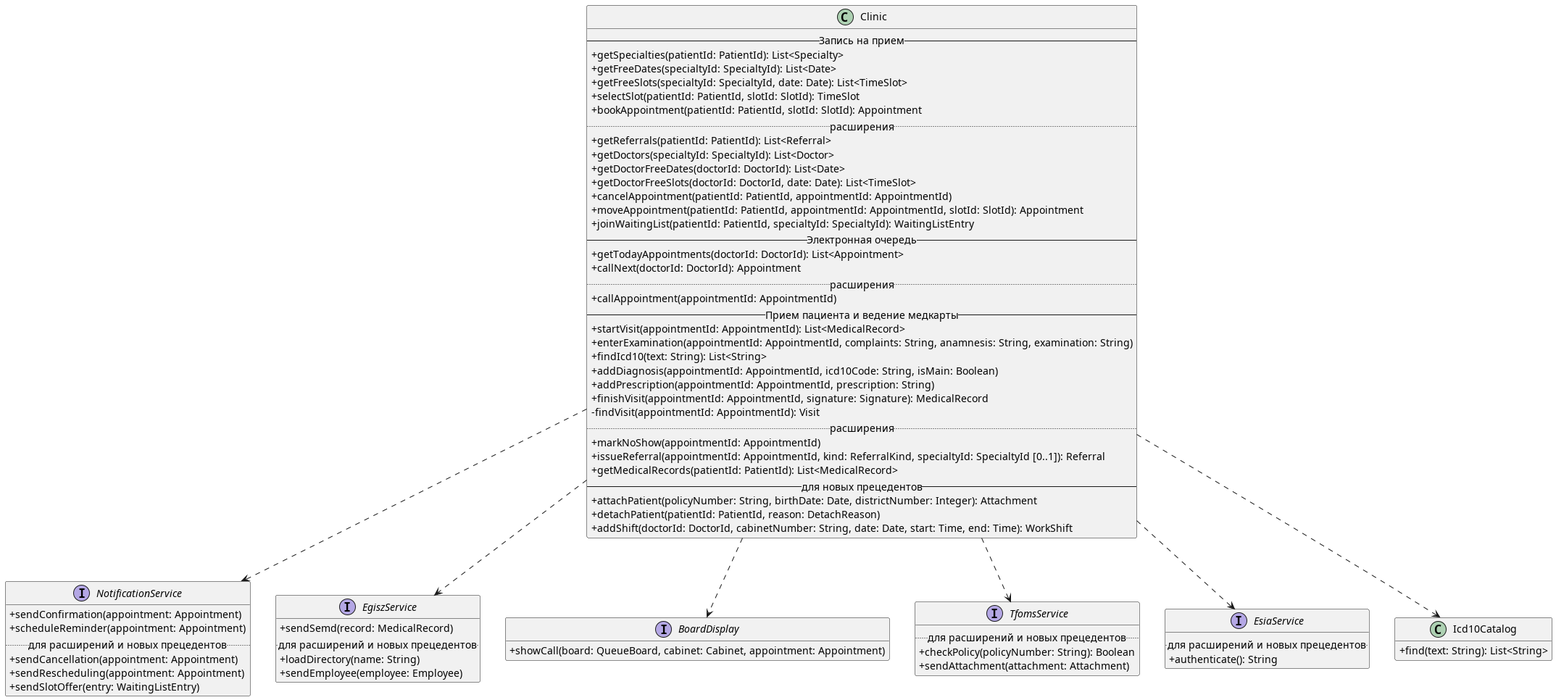
Before: img/classes-services.png, a diagram exported from PlantUML (penamarth/bsbo-11-24_team3_var3_clinic).
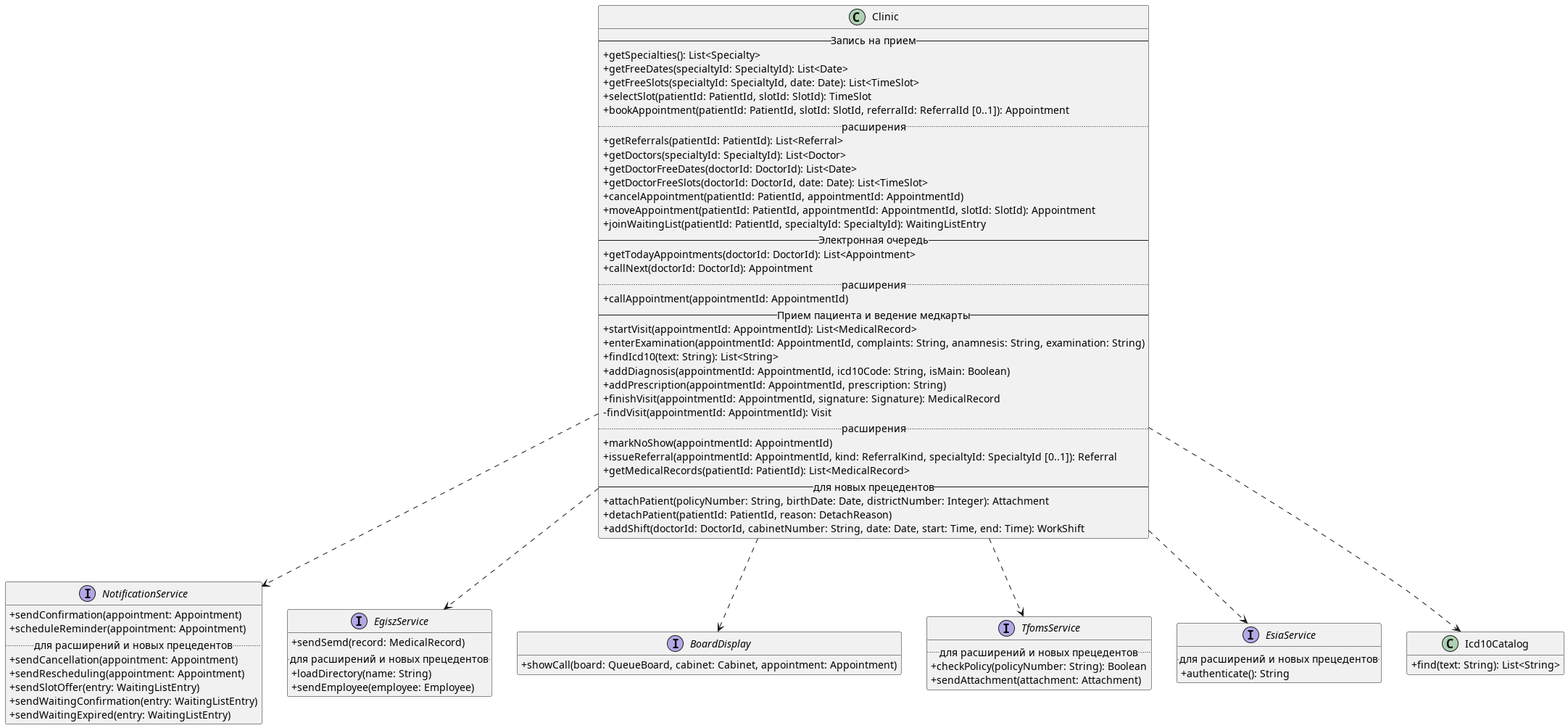
Above is the later version.

Commit message:
fix: направление в bookAppointment, getSpec без парам.

Diff of the diagram source:
```diff
@@ -4,11 +4,11 @@
 
 class Clinic {
   -- Запись на прием --
-  + getSpecialties(patientId: PatientId): List<Specialty>
+  + getSpecialties(): List<Specialty>
   + getFreeDates(specialtyId: SpecialtyId): List<Date>
   + getFreeSlots(specialtyId: SpecialtyId, date: Date): List<TimeSlot>
   + selectSlot(patientId: PatientId, slotId: SlotId): TimeSlot
-  + bookAppointment(patientId: PatientId, slotId: SlotId): Appointment
+  + bookAppointment(patientId: PatientId, slotId: SlotId, referralId: ReferralId [0..1]): Appointment
   .. расширения ..
   + getReferrals(patientId: PatientId): List<Referral>
   + getDoctors(specialtyId: SpecialtyId): List<Doctor>
@@ -47,6 +47,8 @@
   + sendCancellation(appointment: Appointment)
   + sendRescheduling(appointment: Appointment)
   + sendSlotOffer(entry: WaitingListEntry)
+  + sendWaitingConfirmation(entry: WaitingListEntry)
+  + sendWaitingExpired(entry: WaitingListEntry)
 }
 interface EgiszService {
   + sendSemd(record: MedicalRecord)
```
